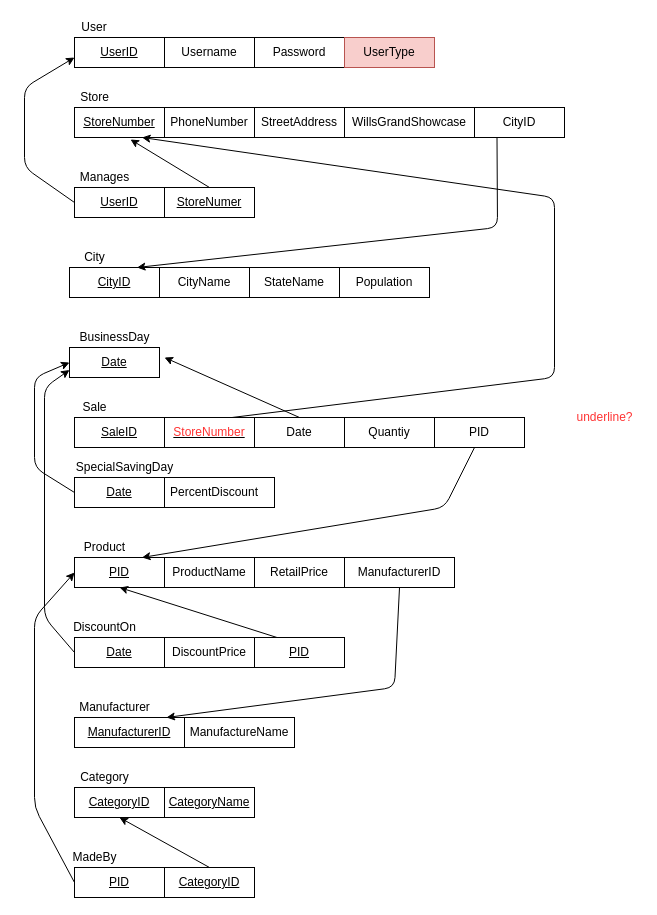
Above: page "Page-3" (3 of 3) of Untitled Diagram.drawio in zhuang18/zhuang18 (draw.io), before the change. Source tidied: cells renumbered, new cells numbered last; positions are measured from the earlier drawing's top-left corner, leaving out a move shared by most shapes. Both pictures are drawn from the tidied source at 100%, with x=0, y=0 at pixel (24, 17).
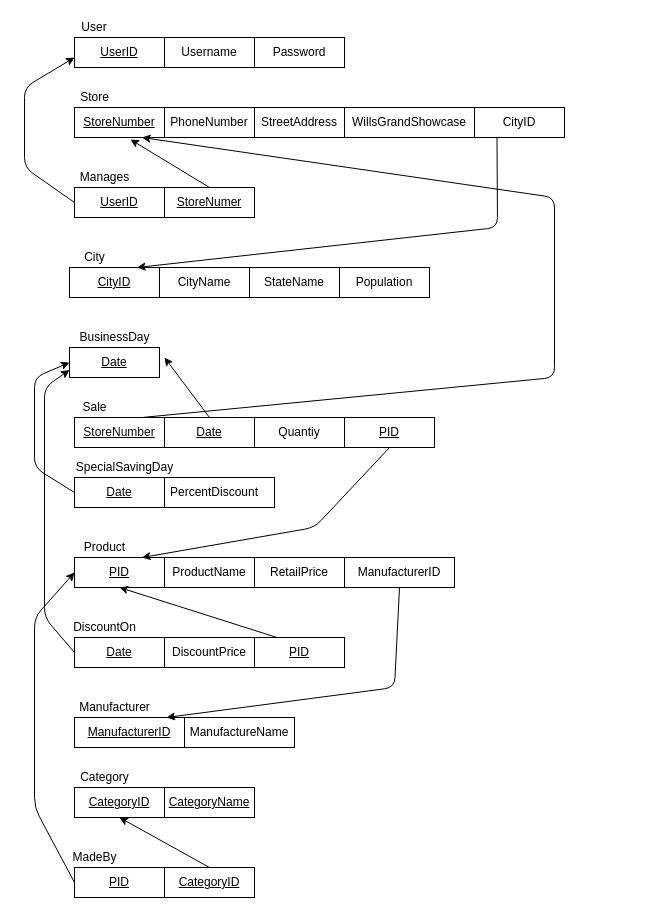
The same page after the edit.

Unchanged cells that the change refers to:
```xml
<mxCell id="26" value="&lt;u&gt;PID&lt;/u&gt;" style="rounded=0;whiteSpace=wrap;html=1;" parent="1" vertex="1">
  <mxGeometry x="50" y="540" width="90" height="30" as="geometry" />
</mxCell>
```

What changed in the source:
```diff
@@
-    <mxCell id="8" value="UserType" style="rounded=0;whiteSpace=wrap;html=1;fillColor=#f8cecc;strokeColor=#b85450;" parent="1" vertex="1">
-      <mxGeometry x="320" y="20" width="90" height="30" as="geometry" />
-    </mxCell>
@@
-    <mxCell id="18" value="&lt;u&gt;SaleID&lt;/u&gt;" style="rounded=0;whiteSpace=wrap;html=1;" parent="1" vertex="1">
-      <mxGeometry x="50" y="400" width="90" height="30" as="geometry" />
-    </mxCell>
-    <mxCell id="19" value="&lt;u&gt;&lt;font color=&quot;#ff3333&quot;&gt;StoreNumber&lt;/font&gt;&lt;/u&gt;" style="rounded=0;whiteSpace=wrap;html=1;" parent="1" vertex="1">
-      <mxGeometry x="140" y="400" width="90" height="30" as="geometry" />
+    <mxCell id="19" value="&lt;u&gt;&lt;font color=&quot;#080808&quot;&gt;StoreNumber&lt;/font&gt;&lt;/u&gt;" style="rounded=0;whiteSpace=wrap;html=1;" parent="1" vertex="1">
+      <mxGeometry x="50" y="400" width="90" height="30" as="geometry" />
     </mxCell>
-    <mxCell id="20" value="Date" style="rounded=0;whiteSpace=wrap;html=1;" parent="1" vertex="1">
-      <mxGeometry x="230" y="400" width="90" height="30" as="geometry" />
+    <mxCell id="20" value="&lt;u&gt;Date&lt;/u&gt;" style="rounded=0;whiteSpace=wrap;html=1;" parent="1" vertex="1">
+      <mxGeometry x="140" y="400" width="90" height="30" as="geometry" />
     </mxCell>
-    <mxCell id="21" value="PID" style="rounded=0;whiteSpace=wrap;html=1;" parent="1" vertex="1">
-      <mxGeometry x="410" y="400" width="90" height="30" as="geometry" />
+    <mxCell id="21" value="&lt;u&gt;PID&lt;/u&gt;" style="rounded=0;whiteSpace=wrap;html=1;" parent="1" vertex="1">
+      <mxGeometry x="320" y="400" width="90" height="30" as="geometry" />
     </mxCell>
     <mxCell id="22" value="Quantiy" style="rounded=0;whiteSpace=wrap;html=1;" parent="1" vertex="1">
-      <mxGeometry x="320" y="400" width="90" height="30" as="geometry" />
+      <mxGeometry x="230" y="400" width="90" height="30" as="geometry" />
     </mxCell>
@@
-    <mxCell id="61" style="endArrow=classic;html=1;entryX=0.75;entryY=0;entryDx=0;entryDy=0;" parent="1" edge="1" target="26">
+    <mxCell id="61" style="endArrow=classic;html=1;entryX=0.75;entryY=0;entryDx=0;entryDy=0;exitX=0.5;exitY=1;exitDx=0;exitDy=0;" parent="1" edge="1" source="21" target="26">
       <mxGeometry relative="1" as="geometry">
-        <mxPoint x="450" y="430" as="sourcePoint" />
         <Array as="points">
-          <mxPoint x="420" y="490" />
+          <mxPoint x="290" y="510" />
         </Array>
       </mxGeometry>
     </mxCell>
-    <mxCell id="62" value="&lt;font color=&quot;#ff3333&quot;&gt;underline?&lt;/font&gt;" style="text;html=1;align=center;verticalAlign=middle;strokeColor=none;" parent="1" vertex="1">
-      <mxGeometry x="545" y="390" width="70" height="20" as="geometry" />
-    </mxCell>
```
